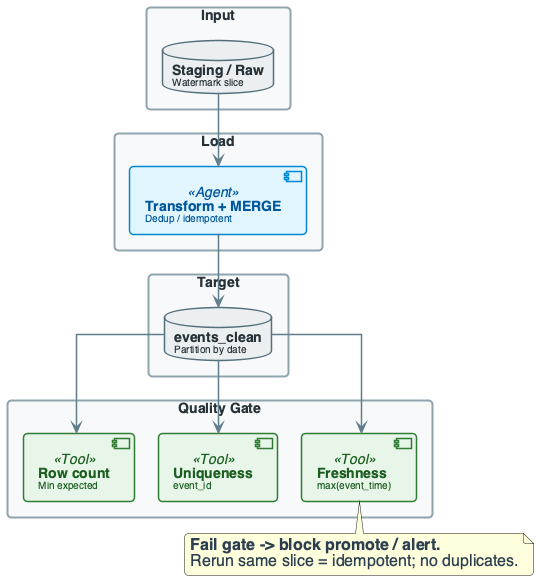
OrPerets/data-engineering-course keeps this PlantUML diagram as diagrams/week13/week13_practice_slide20_quality_gate_flow.png. Above is the earlier version.
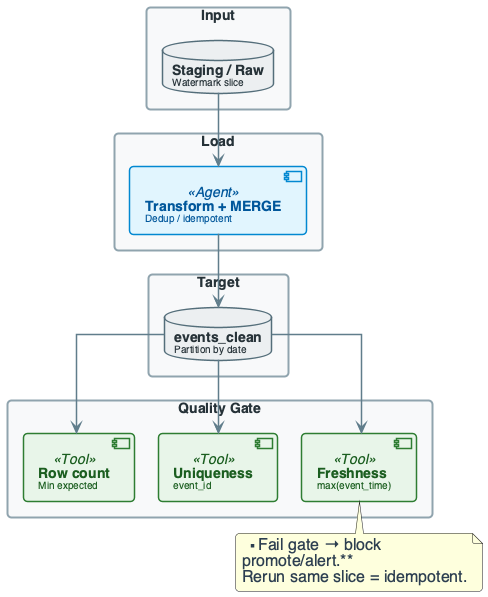
After the commit.

What changed in the source:
```diff
@@ -142,6 +142,6 @@
 TGT --> Q2
 TGT --> Q3
 
-note bottom of Q3 : **Fail gate -> block promote / alert.**\nRerun same slice = idempotent; no duplicates.
+note bottom of Q3 : **Fail gate → block\npromote/alert.**\nRerun same slice = idempotent.
 
 @enduml
```
